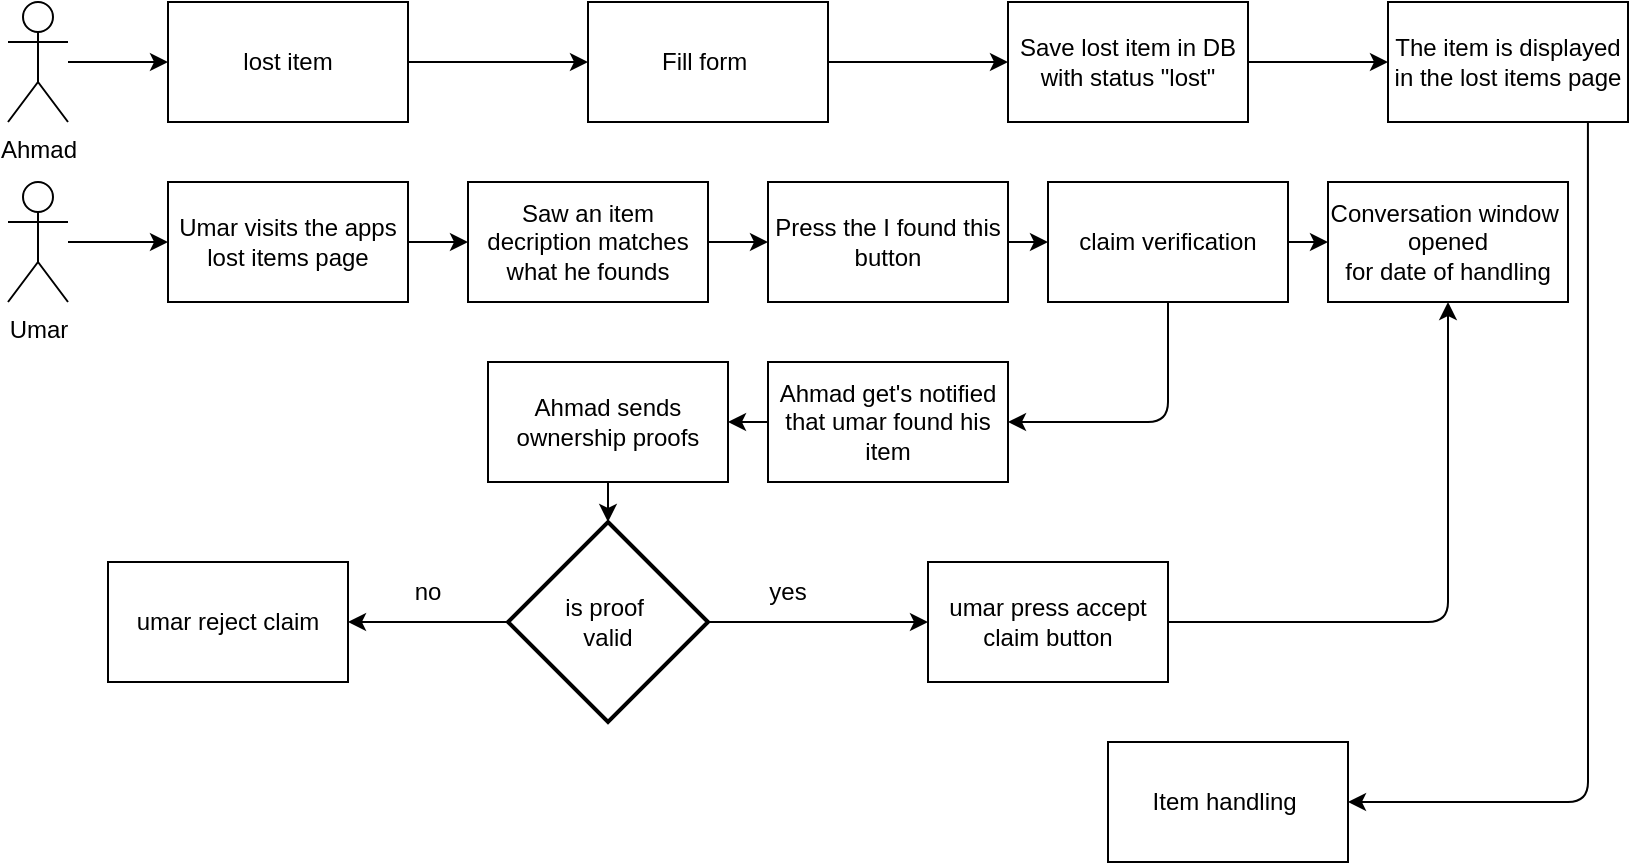
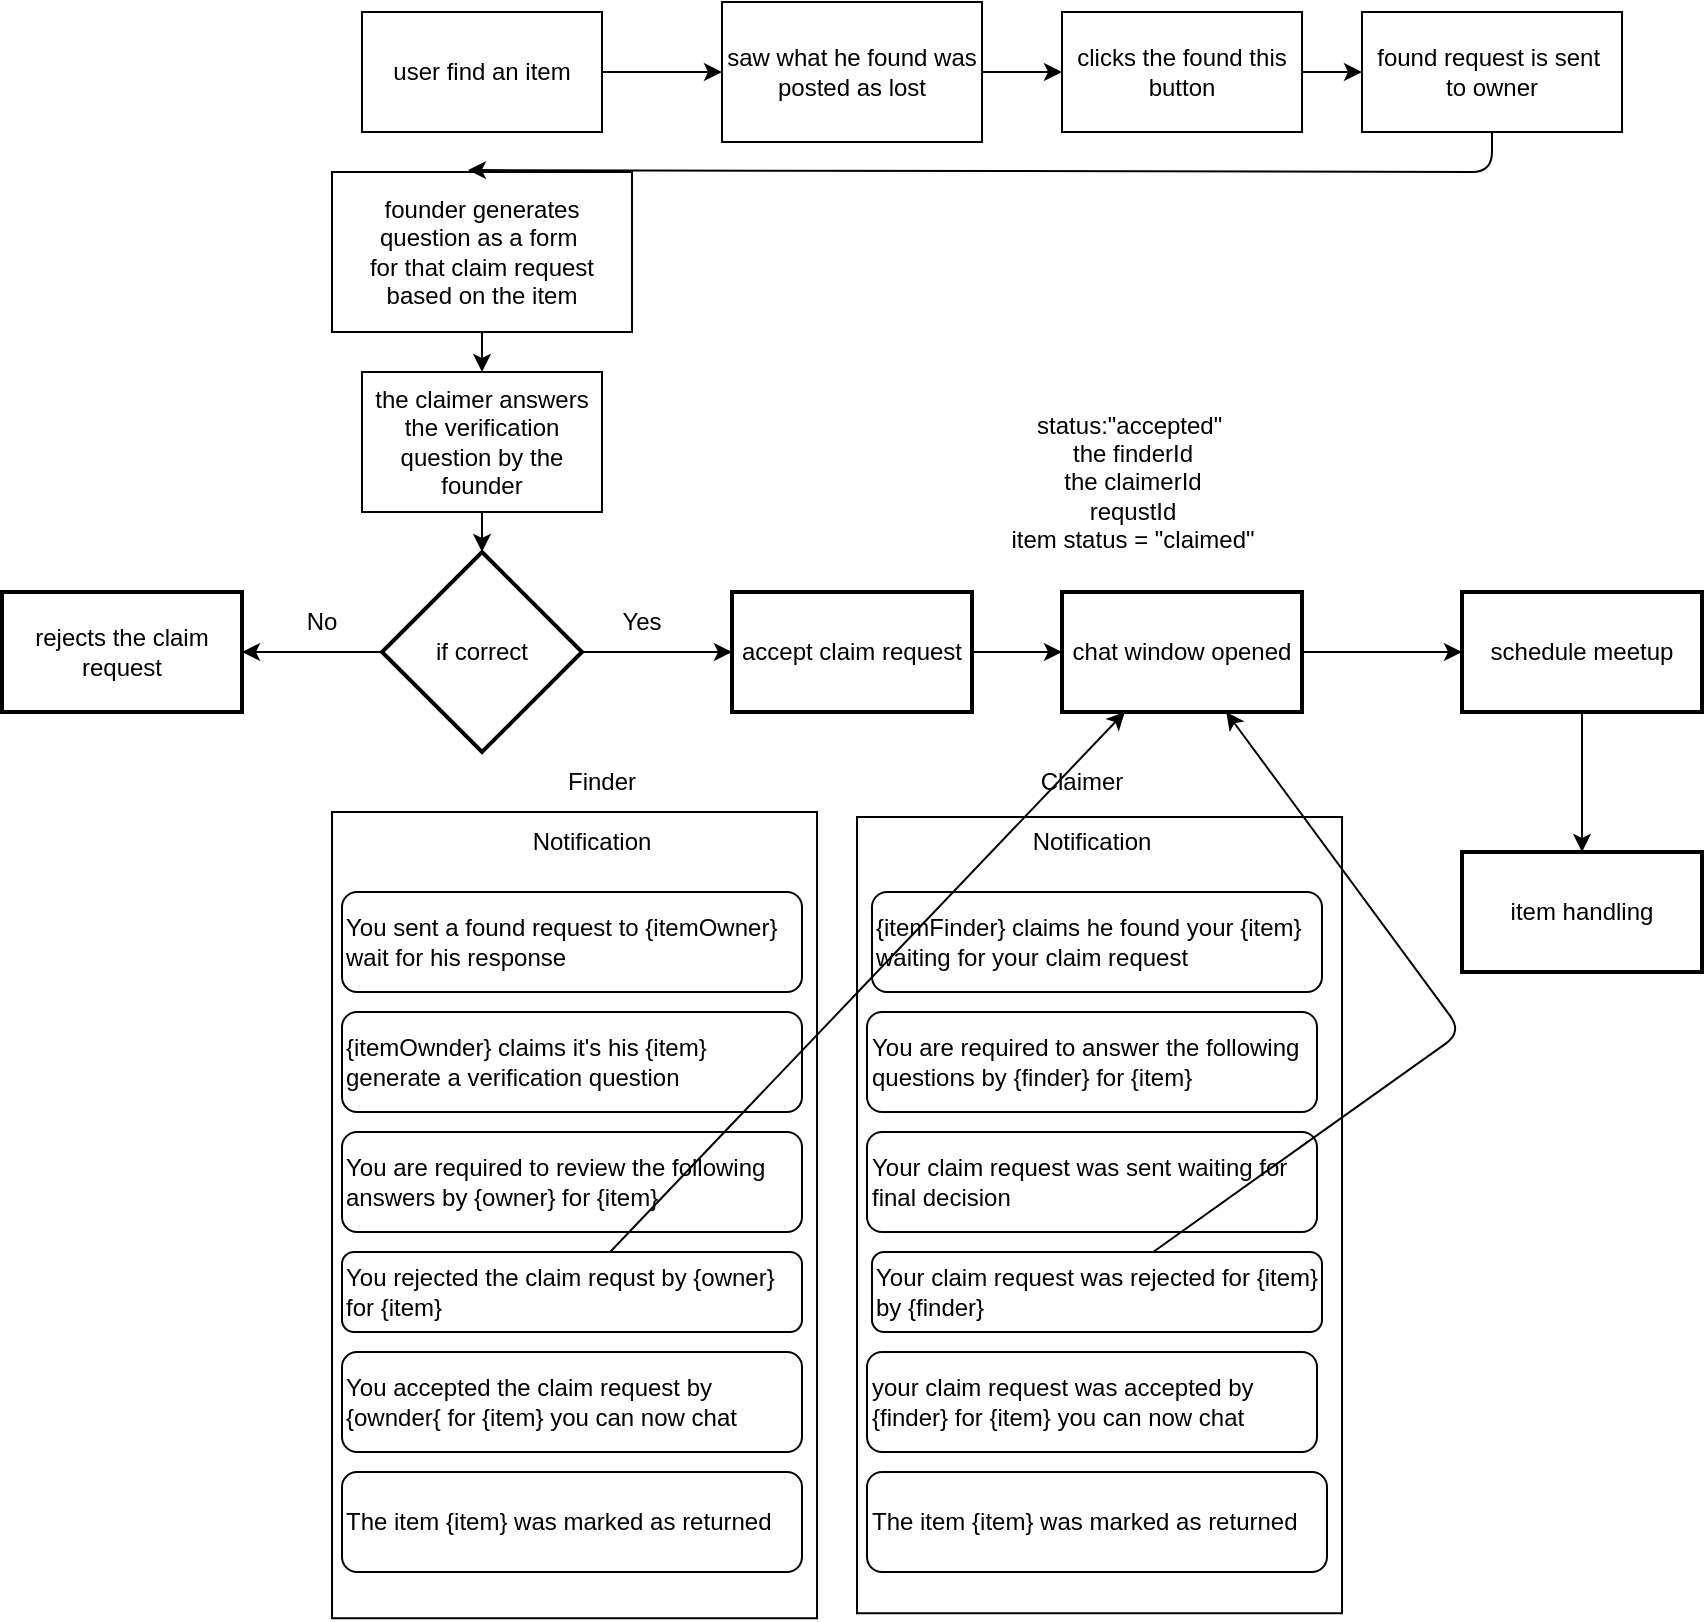
<mxfile host="65bd71144e">
    <diagram id="i1hBtsmhHRajQAO7jnXf" name="Page-1">
-         <mxGraphModel dx="872" dy="475" grid="1" gridSize="10" guides="1" tooltips="1" connect="1" arrows="1" fold="1" page="1" pageScale="1" pageWidth="850" pageHeight="1100" math="0" shadow="0">
+         <mxGraphModel dx="1722" dy="475" grid="1" gridSize="10" guides="1" tooltips="1" connect="1" arrows="1" fold="1" page="1" pageScale="1" pageWidth="850" pageHeight="1100" math="0" shadow="0">
            <root>
                <mxCell id="0"/>
                <mxCell id="1" parent="0"/>
-                 <mxCell id="5" value="" style="edgeStyle=none;html=1;" parent="1" source="2" target="4" edge="1">
+                 <mxCell id="119" value="" style="edgeStyle=none;html=1;" edge="1" parent="1" source="120" target="122">
                    <mxGeometry relative="1" as="geometry"/>
                </mxCell>
-                 <mxCell id="2" value="lost item" style="rounded=0;whiteSpace=wrap;html=1;" parent="1" vertex="1">
-                     <mxGeometry x="90" y="80" width="120" height="60" as="geometry"/>
+                 <mxCell id="120" value="user find an item" style="rounded=0;whiteSpace=wrap;html=1;" vertex="1" parent="1">
+                     <mxGeometry x="110" y="140" width="120" height="60" as="geometry"/>
                </mxCell>
-                 <mxCell id="7" value="" style="edgeStyle=none;html=1;" parent="1" source="4" target="6" edge="1">
+                 <mxCell id="121" value="" style="edgeStyle=none;html=1;" edge="1" parent="1" source="122" target="124">
                    <mxGeometry relative="1" as="geometry"/>
                </mxCell>
-                 <mxCell id="4" value="Fill form&amp;nbsp;" style="rounded=0;whiteSpace=wrap;html=1;" parent="1" vertex="1">
-                     <mxGeometry x="300" y="80" width="120" height="60" as="geometry"/>
+                 <mxCell id="122" value="saw what he found was&lt;div&gt;posted as lost&lt;/div&gt;" style="rounded=0;whiteSpace=wrap;html=1;" vertex="1" parent="1">
+                     <mxGeometry x="290" y="135" width="130" height="70" as="geometry"/>
                </mxCell>
-                 <mxCell id="22" value="" style="edgeStyle=none;html=1;" parent="1" source="6" target="21" edge="1">
+                 <mxCell id="123" value="" style="edgeStyle=none;html=1;" edge="1" parent="1" source="124" target="125">
                    <mxGeometry relative="1" as="geometry"/>
                </mxCell>
-                 <mxCell id="6" value="Save lost item in DB&lt;div&gt;with status &quot;lost&quot;&lt;/div&gt;" style="rounded=0;whiteSpace=wrap;html=1;" parent="1" vertex="1">
-                     <mxGeometry x="510" y="80" width="120" height="60" as="geometry"/>
+                 <mxCell id="124" value="clicks the found this&lt;div&gt;button&lt;/div&gt;" style="rounded=0;whiteSpace=wrap;html=1;" vertex="1" parent="1">
+                     <mxGeometry x="460" y="140" width="120" height="60" as="geometry"/>
                </mxCell>
-                 <mxCell id="11" value="" style="edgeStyle=none;html=1;" parent="1" source="10" target="2" edge="1">
+                 <mxCell id="125" value="found request is sent&amp;nbsp;&lt;div&gt;to owner&lt;/div&gt;" style="rounded=0;whiteSpace=wrap;html=1;" vertex="1" parent="1">
+                     <mxGeometry x="610" y="140" width="130" height="60" as="geometry"/>
+                 </mxCell>
+                 <mxCell id="126" value="" style="edgeStyle=none;html=1;" edge="1" parent="1" source="127" target="142">
                    <mxGeometry relative="1" as="geometry"/>
                </mxCell>
-                 <mxCell id="10" value="Ahmad&lt;div&gt;&lt;br&gt;&lt;/div&gt;" style="shape=umlActor;verticalLabelPosition=bottom;verticalAlign=top;html=1;outlineConnect=0;" parent="1" vertex="1">
-                     <mxGeometry x="10" y="80" width="30" height="60" as="geometry"/>
+                 <mxCell id="127" value="founder generates&lt;div&gt;question as a form&amp;nbsp;&lt;/div&gt;&lt;div&gt;for that claim request&lt;/div&gt;&lt;div&gt;based on the item&lt;/div&gt;" style="rounded=0;whiteSpace=wrap;html=1;" vertex="1" parent="1">
+                     <mxGeometry x="95" y="220" width="150" height="80" as="geometry"/>
                </mxCell>
-                 <mxCell id="24" value="" style="edgeStyle=none;html=1;" parent="1" source="14" target="23" edge="1">
-                     <mxGeometry relative="1" as="geometry"/>
-                 </mxCell>
-                 <mxCell id="14" value="Umar&lt;div&gt;&lt;br&gt;&lt;/div&gt;" style="shape=umlActor;verticalLabelPosition=bottom;verticalAlign=top;html=1;outlineConnect=0;" parent="1" vertex="1">
-                     <mxGeometry x="10" y="170" width="30" height="60" as="geometry"/>
-                 </mxCell>
-                 <mxCell id="73" style="edgeStyle=none;html=1;exitX=0.833;exitY=1;exitDx=0;exitDy=0;exitPerimeter=0;" edge="1" parent="1" source="21" target="72">
+                 <mxCell id="128" style="edgeStyle=none;html=1;entryX=0.453;entryY=-0.012;entryDx=0;entryDy=0;entryPerimeter=0;" edge="1" parent="1" source="125" target="127">
                    <mxGeometry relative="1" as="geometry">
-                         <mxPoint x="800" y="150" as="sourcePoint"/>
+                         <mxPoint x="160" y="260" as="targetPoint"/>
                        <Array as="points">
-                             <mxPoint x="800" y="480"/>
+                             <mxPoint x="675" y="220"/>
                        </Array>
                    </mxGeometry>
                </mxCell>
-                 <mxCell id="21" value="The item is displayed in the lost items page" style="rounded=0;whiteSpace=wrap;html=1;" parent="1" vertex="1">
-                     <mxGeometry x="700" y="80" width="120" height="60" as="geometry"/>
-                 </mxCell>
-                 <mxCell id="26" value="" style="edgeStyle=none;html=1;" parent="1" source="23" target="25" edge="1">
+                 <mxCell id="129" value="" style="edgeStyle=none;html=1;" edge="1" parent="1" source="131" target="132">
                    <mxGeometry relative="1" as="geometry"/>
                </mxCell>
-                 <mxCell id="23" value="Umar visits the apps lost items page" style="rounded=0;whiteSpace=wrap;html=1;" parent="1" vertex="1">
-                     <mxGeometry x="90" y="170" width="120" height="60" as="geometry"/>
-                 </mxCell>
-                 <mxCell id="28" value="" style="edgeStyle=none;html=1;" parent="1" source="25" target="27" edge="1">
+                 <mxCell id="130" value="" style="edgeStyle=none;html=1;" edge="1" parent="1" source="131" target="134">
                    <mxGeometry relative="1" as="geometry"/>
                </mxCell>
-                 <mxCell id="25" value="Saw an item decription matches what he founds" style="rounded=0;whiteSpace=wrap;html=1;" parent="1" vertex="1">
-                     <mxGeometry x="240" y="170" width="120" height="60" as="geometry"/>
+                 <mxCell id="131" value="if correct" style="strokeWidth=2;html=1;shape=mxgraph.flowchart.decision;whiteSpace=wrap;" vertex="1" parent="1">
+                     <mxGeometry x="120" y="410" width="100" height="100" as="geometry"/>
                </mxCell>
-                 <mxCell id="36" value="" style="edgeStyle=none;html=1;" parent="1" source="27" target="35" edge="1">
+                 <mxCell id="132" value="rejects the claim request" style="whiteSpace=wrap;html=1;strokeWidth=2;" vertex="1" parent="1">
+                     <mxGeometry x="-70" y="430" width="120" height="60" as="geometry"/>
+                 </mxCell>
+                 <mxCell id="133" value="" style="edgeStyle=none;html=1;" edge="1" parent="1" source="134" target="138">
                    <mxGeometry relative="1" as="geometry"/>
                </mxCell>
-                 <mxCell id="27" value="Press the I found this&lt;div&gt;button&lt;/div&gt;" style="rounded=0;whiteSpace=wrap;html=1;" parent="1" vertex="1">
-                     <mxGeometry x="390" y="170" width="120" height="60" as="geometry"/>
+                 <mxCell id="134" value="accept claim request" style="whiteSpace=wrap;html=1;strokeWidth=2;" vertex="1" parent="1">
+                     <mxGeometry x="295" y="430" width="120" height="60" as="geometry"/>
                </mxCell>
-                 <mxCell id="38" value="" style="edgeStyle=none;html=1;" parent="1" source="35" target="37" edge="1">
+                 <mxCell id="135" value="No" style="text;html=1;align=center;verticalAlign=middle;whiteSpace=wrap;rounded=0;" vertex="1" parent="1">
+                     <mxGeometry x="60" y="430" width="60" height="30" as="geometry"/>
+                 </mxCell>
+                 <mxCell id="136" value="Yes" style="text;html=1;align=center;verticalAlign=middle;whiteSpace=wrap;rounded=0;" vertex="1" parent="1">
+                     <mxGeometry x="220" y="430" width="60" height="30" as="geometry"/>
+                 </mxCell>
+                 <mxCell id="137" value="" style="edgeStyle=none;html=1;" edge="1" parent="1" source="138" target="140">
                    <mxGeometry relative="1" as="geometry"/>
                </mxCell>
-                 <mxCell id="48" style="edgeStyle=none;html=1;entryX=1;entryY=0.5;entryDx=0;entryDy=0;" parent="1" source="35" target="49" edge="1">
+                 <mxCell id="138" value="chat window opened" style="whiteSpace=wrap;html=1;strokeWidth=2;" vertex="1" parent="1">
+                     <mxGeometry x="460" y="430" width="120" height="60" as="geometry"/>
+                 </mxCell>
+                 <mxCell id="139" value="" style="edgeStyle=none;html=1;" edge="1" parent="1" source="140" target="162">
+                     <mxGeometry relative="1" as="geometry"/>
+                 </mxCell>
+                 <mxCell id="140" value="schedule meetup" style="whiteSpace=wrap;html=1;strokeWidth=2;" vertex="1" parent="1">
+                     <mxGeometry x="660" y="430" width="120" height="60" as="geometry"/>
+                 </mxCell>
+                 <mxCell id="141" value="" style="edgeStyle=none;html=1;" edge="1" parent="1" source="142" target="131">
+                     <mxGeometry relative="1" as="geometry"/>
+                 </mxCell>
+                 <mxCell id="142" value="the claimer answers&lt;div&gt;the verification question by the founder&lt;/div&gt;" style="whiteSpace=wrap;html=1;" vertex="1" parent="1">
+                     <mxGeometry x="110" y="320" width="120" height="70" as="geometry"/>
+                 </mxCell>
+                 <mxCell id="143" value="" style="rounded=0;whiteSpace=wrap;html=1;rotation=90;" vertex="1" parent="1">
+                     <mxGeometry x="14.7" y="620.31" width="403.12" height="242.5" as="geometry"/>
+                 </mxCell>
+                 <mxCell id="144" value="Notification" style="text;html=1;align=center;verticalAlign=middle;whiteSpace=wrap;rounded=0;" vertex="1" parent="1">
+                     <mxGeometry x="170" y="540" width="110" height="30" as="geometry"/>
+                 </mxCell>
+                 <mxCell id="145" value="You rejected the claim requst by {owner} for {item}" style="rounded=1;whiteSpace=wrap;html=1;align=left;" vertex="1" parent="1">
+                     <mxGeometry x="100" y="760" width="230" height="40" as="geometry"/>
+                 </mxCell>
+                 <mxCell id="146" value="&lt;div style=&quot;&quot;&gt;{itemOwnder} claims it&#39;s his {item}&lt;/div&gt;&lt;div style=&quot;&quot;&gt;generate a verification question&lt;/div&gt;" style="rounded=1;whiteSpace=wrap;html=1;align=left;" vertex="1" parent="1">
+                     <mxGeometry x="100" y="640" width="230" height="50" as="geometry"/>
+                 </mxCell>
+                 <mxCell id="147" value="You are required to review the following answers by {owner} for {item}" style="rounded=1;whiteSpace=wrap;html=1;align=left;" vertex="1" parent="1">
+                     <mxGeometry x="100" y="700" width="230" height="50" as="geometry"/>
+                 </mxCell>
+                 <mxCell id="148" value="You accepted the claim request by {ownder{ for {item} you can now chat" style="rounded=1;whiteSpace=wrap;html=1;align=left;" vertex="1" parent="1">
+                     <mxGeometry x="100" y="810" width="230" height="50" as="geometry"/>
+                 </mxCell>
+                 <mxCell id="149" value="" style="rounded=0;whiteSpace=wrap;html=1;rotation=90;" vertex="1" parent="1">
+                     <mxGeometry x="279.7" y="620.31" width="398.12" height="242.5" as="geometry"/>
+                 </mxCell>
+                 <mxCell id="150" value="Notification" style="text;html=1;align=center;verticalAlign=middle;whiteSpace=wrap;rounded=0;" vertex="1" parent="1">
+                     <mxGeometry x="420" y="540" width="110" height="30" as="geometry"/>
+                 </mxCell>
+                 <mxCell id="151" value="Your claim request was rejected for {item}&lt;div&gt;by {finder}&lt;/div&gt;" style="rounded=1;whiteSpace=wrap;html=1;align=left;" vertex="1" parent="1">
+                     <mxGeometry x="365" y="760" width="225" height="40" as="geometry"/>
+                 </mxCell>
+                 <mxCell id="152" value="&lt;div style=&quot;&quot;&gt;You are required to answer the following&lt;/div&gt;&lt;div style=&quot;&quot;&gt;questions by {finder} for {item}&lt;/div&gt;" style="rounded=1;whiteSpace=wrap;html=1;align=left;" vertex="1" parent="1">
+                     <mxGeometry x="362.5" y="640" width="225" height="50" as="geometry"/>
+                 </mxCell>
+                 <mxCell id="153" value="Your claim request was sent waiting for final decision" style="rounded=1;whiteSpace=wrap;html=1;align=left;" vertex="1" parent="1">
+                     <mxGeometry x="362.5" y="700" width="225" height="50" as="geometry"/>
+                 </mxCell>
+                 <mxCell id="154" value="your claim request was accepted by {finder} for {item} you can now chat" style="rounded=1;whiteSpace=wrap;html=1;align=left;" vertex="1" parent="1">
+                     <mxGeometry x="362.5" y="810" width="225" height="50" as="geometry"/>
+                 </mxCell>
+                 <mxCell id="155" value="Finder" style="text;html=1;align=center;verticalAlign=middle;whiteSpace=wrap;rounded=0;" vertex="1" parent="1">
+                     <mxGeometry x="200" y="510" width="60" height="30" as="geometry"/>
+                 </mxCell>
+                 <mxCell id="156" value="Claimer" style="text;html=1;align=center;verticalAlign=middle;whiteSpace=wrap;rounded=0;" vertex="1" parent="1">
+                     <mxGeometry x="440" y="510" width="60" height="30" as="geometry"/>
+                 </mxCell>
+                 <mxCell id="157" value="You sent a found request to {itemOwner}&lt;div&gt;wait for his response&lt;/div&gt;" style="rounded=1;whiteSpace=wrap;html=1;align=left;" vertex="1" parent="1">
+                     <mxGeometry x="100" y="580" width="230" height="50" as="geometry"/>
+                 </mxCell>
+                 <mxCell id="158" value="{itemFinder} claims he found your {item}&lt;div&gt;waiting for your claim request&lt;/div&gt;" style="rounded=1;whiteSpace=wrap;html=1;align=left;" vertex="1" parent="1">
+                     <mxGeometry x="365" y="580" width="225" height="50" as="geometry"/>
+                 </mxCell>
+                 <mxCell id="159" style="edgeStyle=none;html=1;" edge="1" parent="1" source="151" target="138">
                    <mxGeometry relative="1" as="geometry">
-                         <mxPoint x="510" y="290" as="targetPoint"/>
                        <Array as="points">
-                             <mxPoint x="590" y="290"/>
+                             <mxPoint x="660" y="650"/>
                        </Array>
                    </mxGeometry>
                </mxCell>
-                 <mxCell id="35" value="claim verification" style="rounded=0;whiteSpace=wrap;html=1;" parent="1" vertex="1">
-                     <mxGeometry x="530" y="170" width="120" height="60" as="geometry"/>
-                 </mxCell>
-                 <mxCell id="37" value="Conversation window&amp;nbsp;&lt;div&gt;opened&lt;/div&gt;&lt;div&gt;for date of handling&lt;/div&gt;" style="rounded=0;whiteSpace=wrap;html=1;" parent="1" vertex="1">
-                     <mxGeometry x="670" y="170" width="120" height="60" as="geometry"/>
-                 </mxCell>
-                 <mxCell id="54" value="" style="edgeStyle=none;html=1;" parent="1" source="49" target="53" edge="1">
-                     <mxGeometry relative="1" as="geometry"/>
-                 </mxCell>
-                 <mxCell id="49" value="Ahmad get&#39;s notified&lt;div&gt;that umar found his item&lt;/div&gt;" style="rounded=0;whiteSpace=wrap;html=1;" parent="1" vertex="1">
-                     <mxGeometry x="390" y="260" width="120" height="60" as="geometry"/>
-                 </mxCell>
-                 <mxCell id="71" value="" style="edgeStyle=none;html=1;" parent="1" source="53" target="67" edge="1">
-                     <mxGeometry relative="1" as="geometry"/>
-                 </mxCell>
-                 <mxCell id="53" value="Ahmad sends&lt;div&gt;ownership proofs&lt;/div&gt;" style="rounded=0;whiteSpace=wrap;html=1;" parent="1" vertex="1">
-                     <mxGeometry x="250" y="260" width="120" height="60" as="geometry"/>
-                 </mxCell>
-                 <mxCell id="62" style="edgeStyle=none;html=1;entryX=0.5;entryY=1;entryDx=0;entryDy=0;" parent="1" source="57" target="37" edge="1">
+                 <mxCell id="160" style="edgeStyle=none;html=1;" edge="1" parent="1" source="145" target="138">
                    <mxGeometry relative="1" as="geometry">
-                         <mxPoint x="700" y="390" as="targetPoint"/>
-                         <Array as="points">
-                             <mxPoint x="730" y="390"/>
-                         </Array>
+                         <mxPoint x="60" y="780" as="targetPoint"/>
                    </mxGeometry>
                </mxCell>
-                 <mxCell id="57" value="umar press accept&lt;div&gt;claim button&lt;/div&gt;" style="whiteSpace=wrap;html=1;" parent="1" vertex="1">
-                     <mxGeometry x="470" y="360" width="120" height="60" as="geometry"/>
+                 <mxCell id="161" value="status:&quot;accepted&quot;&amp;nbsp;&lt;div&gt;the finderId&lt;/div&gt;&lt;div&gt;the claimerId&lt;/div&gt;&lt;div&gt;requstId&lt;/div&gt;&lt;div&gt;item status = &quot;claimed&quot;&lt;/div&gt;" style="text;html=1;align=center;verticalAlign=middle;resizable=0;points=[];autosize=1;strokeColor=none;fillColor=none;" vertex="1" parent="1">
+                     <mxGeometry x="420" y="330" width="150" height="90" as="geometry"/>
                </mxCell>
-                 <mxCell id="59" value="yes" style="text;html=1;align=center;verticalAlign=middle;whiteSpace=wrap;rounded=0;" parent="1" vertex="1">
-                     <mxGeometry x="370" y="360" width="60" height="30" as="geometry"/>
+                 <mxCell id="162" value="item handling" style="whiteSpace=wrap;html=1;strokeWidth=2;" vertex="1" parent="1">
+                     <mxGeometry x="660" y="560" width="120" height="60" as="geometry"/>
                </mxCell>
-                 <mxCell id="63" value="no" style="text;html=1;align=center;verticalAlign=middle;whiteSpace=wrap;rounded=0;" parent="1" vertex="1">
-                     <mxGeometry x="190" y="360" width="60" height="30" as="geometry"/>
+                 <mxCell id="163" value="The item {item} was marked as returned" style="rounded=1;whiteSpace=wrap;html=1;align=left;" vertex="1" parent="1">
+                     <mxGeometry x="100" y="870" width="230" height="50" as="geometry"/>
                </mxCell>
-                 <mxCell id="65" value="umar reject claim" style="whiteSpace=wrap;html=1;" parent="1" vertex="1">
-                     <mxGeometry x="60" y="360" width="120" height="60" as="geometry"/>
-                 </mxCell>
-                 <mxCell id="69" value="" style="edgeStyle=none;html=1;" parent="1" source="67" target="65" edge="1">
-                     <mxGeometry relative="1" as="geometry"/>
-                 </mxCell>
-                 <mxCell id="70" value="" style="edgeStyle=none;html=1;" parent="1" source="67" target="57" edge="1">
-                     <mxGeometry relative="1" as="geometry"/>
-                 </mxCell>
-                 <mxCell id="67" value="is proof&amp;nbsp;&lt;div&gt;valid&lt;/div&gt;" style="strokeWidth=2;html=1;shape=mxgraph.flowchart.decision;whiteSpace=wrap;" parent="1" vertex="1">
-                     <mxGeometry x="260" y="340" width="100" height="100" as="geometry"/>
-                 </mxCell>
-                 <mxCell id="72" value="Item handling&amp;nbsp;" style="rounded=0;whiteSpace=wrap;html=1;" vertex="1" parent="1">
-                     <mxGeometry x="560" y="450" width="120" height="60" as="geometry"/>
+                 <mxCell id="164" value="The item {item} was marked as returned" style="rounded=1;whiteSpace=wrap;html=1;align=left;" vertex="1" parent="1">
+                     <mxGeometry x="362.5" y="870" width="230" height="50" as="geometry"/>
                </mxCell>
            </root>
        </mxGraphModel>
    </diagram>
</mxfile>